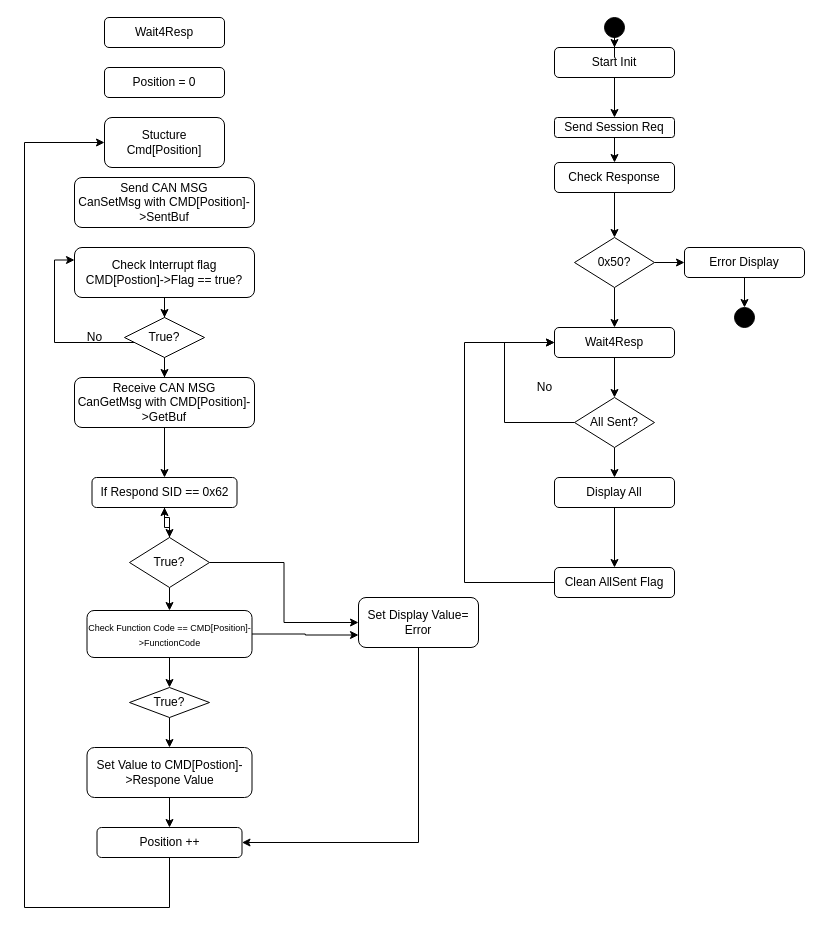
The draw.io diagram Untitled Diagram.drawio in ShifengHuGit/CanBusPower, before the edit. Source tidied: cells renumbered, new cells numbered last; positions are measured from the earlier drawing's top-left corner, leaving out a move shared by most shapes. Both pictures are drawn from the tidied source at 100%, with x=0, y=0 at pixel (24, 17).
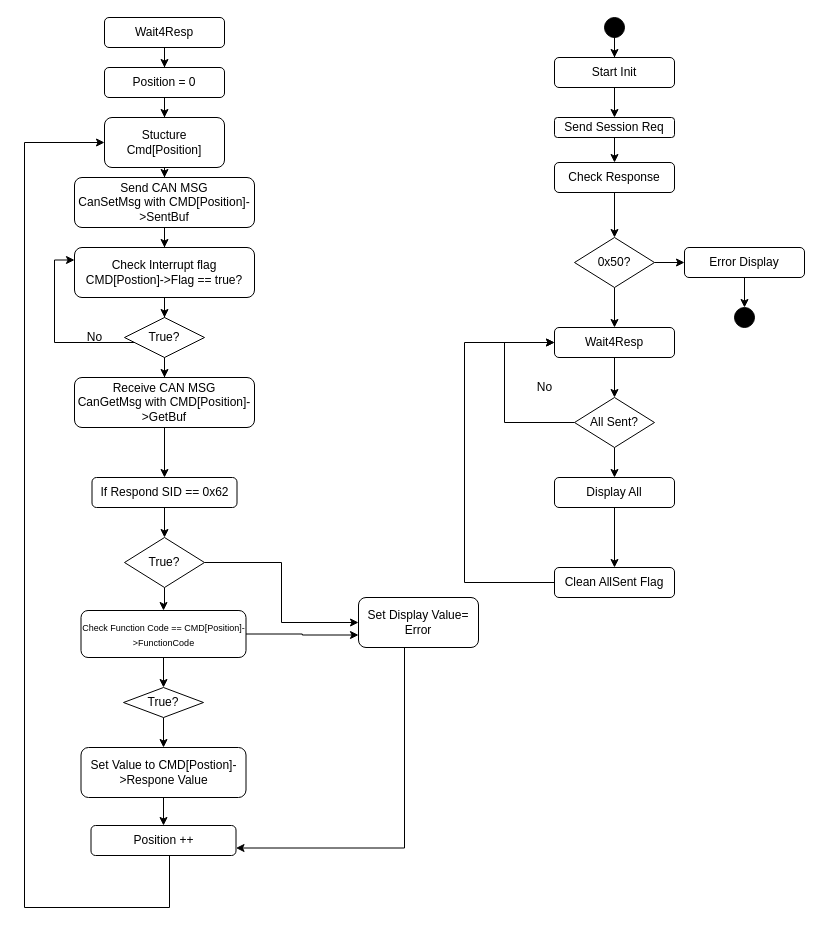
The same page after the edit.

The change refers to these unchanged cells:
```xml
<mxCell id="26" value="Wait4Resp" style="rounded=1;whiteSpace=wrap;html=1;" parent="1" vertex="1">
  <mxGeometry x="80" width="120" height="30" as="geometry" />
</mxCell>
<mxCell id="27" value="Position = 0" style="rounded=1;whiteSpace=wrap;html=1;fillColor=#FFFFFF;" parent="1" vertex="1">
  <mxGeometry x="80" y="50" width="120" height="30" as="geometry" />
</mxCell>
<mxCell id="28" value="Stucture Cmd[Position]" style="rounded=1;whiteSpace=wrap;html=1;fillColor=#FFFFFF;" parent="1" vertex="1">
  <mxGeometry x="80" y="100" width="120" height="50" as="geometry" />
</mxCell>
<mxCell id="29" value="Send CAN MSG&lt;br&gt;CanSetMsg with CMD[Position]-&amp;gt;SentBuf" style="rounded=1;whiteSpace=wrap;html=1;fillColor=#FFFFFF;" parent="1" vertex="1">
  <mxGeometry x="50" y="160" width="180" height="50" as="geometry" />
</mxCell>
<mxCell id="31" value="Check Interrupt flag&lt;br&gt;CMD[Postion]-&amp;gt;Flag == true?" style="rounded=1;whiteSpace=wrap;html=1;fillColor=#FFFFFF;" parent="1" vertex="1">
  <mxGeometry x="50" y="230" width="180" height="50" as="geometry" />
</mxCell>
<mxCell id="39" value="If Respond SID == 0x62" style="rounded=1;whiteSpace=wrap;html=1;fillColor=#FFFFFF;" parent="1" vertex="1">
  <mxGeometry x="67.5" y="460" width="145" height="30" as="geometry" />
</mxCell>
<mxCell id="45" value="Set Display Value= Error" style="rounded=1;whiteSpace=wrap;html=1;fillColor=#FFFFFF;" parent="1" vertex="1">
  <mxGeometry x="334" y="580" width="120" height="50" as="geometry" />
</mxCell>
```

What changed in the source:
```diff
@@
     <mxCell id="3" value="Start Init" style="rounded=1;whiteSpace=wrap;html=1;" parent="1" vertex="1">
-      <mxGeometry x="530" y="30" width="120" height="30" as="geometry" />
+      <mxGeometry x="530" y="40" width="120" height="30" as="geometry" />
     </mxCell>
@@
+    <mxCell id="55" style="edgeStyle=orthogonalEdgeStyle;rounded=0;jettySize=auto;html=1;" parent="1" edge="1" source="26" target="27">
+      <mxGeometry relative="1" as="geometry" />
+    </mxCell>
@@
+    <mxCell id="56" style="edgeStyle=orthogonalEdgeStyle;rounded=0;jettySize=auto;html=1;" parent="1" edge="1" source="27" target="28">
+      <mxGeometry relative="1" as="geometry" />
+    </mxCell>
@@
+    <mxCell id="57" style="edgeStyle=orthogonalEdgeStyle;rounded=0;jettySize=auto;html=1;" parent="1" edge="1" source="28" target="29">
+      <mxGeometry relative="1" as="geometry" />
+    </mxCell>
@@
+    <mxCell id="58" style="edgeStyle=orthogonalEdgeStyle;rounded=0;jettySize=auto;html=1;" parent="1" edge="1" source="29" target="31">
+      <mxGeometry relative="1" as="geometry" />
+    </mxCell>
@@
-    <mxCell id="42" style="edgeStyle=orthogonalEdgeStyle;rounded=0;jettySize=auto;html=1;" parent="1" edge="1" source="43" target="39">
-      <mxGeometry relative="1" as="geometry" />
-    </mxCell>
     <mxCell id="43" value="True?" style="rhombus;whiteSpace=wrap;html=1;fillColor=#FFFFFF;" parent="1" vertex="1">
-      <mxGeometry x="105" y="520" width="80" height="50" as="geometry" />
+      <mxGeometry x="100" y="520" width="80" height="50" as="geometry" />
     </mxCell>
-    <mxCell id="44" style="edgeStyle=orthogonalEdgeStyle;rounded=0;jettySize=auto;html=1;entryX=1;entryY=0.5;entryDx=0;entryDy=0;" parent="1" edge="1" source="45" target="54">
+    <mxCell id="44" style="edgeStyle=orthogonalEdgeStyle;rounded=0;jettySize=auto;html=1;entryX=1;entryY=0.75;entryDx=0;entryDy=0;" parent="1" edge="1" source="45" target="54">
       <mxGeometry relative="1" as="geometry">
         <Array as="points">
-          <mxPoint x="394" y="825" />
+          <mxPoint x="380" y="831" />
         </Array>
       </mxGeometry>
     </mxCell>
@@
     <mxCell id="48" value="&lt;font style=&quot;font-size: 9px&quot;&gt;Check Function Code == CMD[Position]-&amp;gt;FunctionCode&lt;/font&gt;" style="rounded=1;whiteSpace=wrap;html=1;fillColor=#FFFFFF;" parent="1" vertex="1">
-      <mxGeometry x="62.5" y="593" width="165" height="47" as="geometry" />
+      <mxGeometry x="56.5" y="593" width="165" height="47" as="geometry" />
     </mxCell>
@@
     <mxCell id="50" value="True?" style="rhombus;whiteSpace=wrap;html=1;fillColor=#FFFFFF;" parent="1" vertex="1">
-      <mxGeometry x="105" y="670" width="80" height="30" as="geometry" />
+      <mxGeometry x="99" y="670" width="80" height="30" as="geometry" />
     </mxCell>
@@
     <mxCell id="52" value="Set Value to CMD[Postion]-&amp;gt;Respone Value" style="rounded=1;whiteSpace=wrap;html=1;fillColor=#FFFFFF;" parent="1" vertex="1">
-      <mxGeometry x="62.5" y="730" width="165" height="50" as="geometry" />
+      <mxGeometry x="56.5" y="730" width="165" height="50" as="geometry" />
     </mxCell>
@@
     <mxCell id="54" value="Position ++" style="rounded=1;whiteSpace=wrap;html=1;fillColor=#FFFFFF;" parent="1" vertex="1">
-      <mxGeometry x="72.5" y="810" width="145" height="30" as="geometry" />
+      <mxGeometry x="66.5" y="808" width="145" height="30" as="geometry" />
     </mxCell>
```
